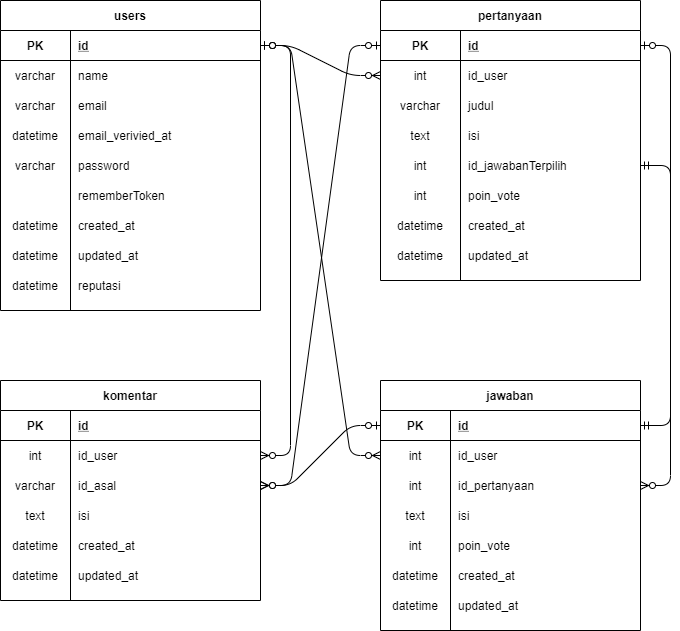
Above: public/img/diagram_erd.png in SatrioAkbar12/final_project-kelompok32 (draw.io), before the change. Source tidied: cells renumbered, new cells last; positions are measured from the earlier drawing's top-left corner, leaving out a move shared by most shapes.
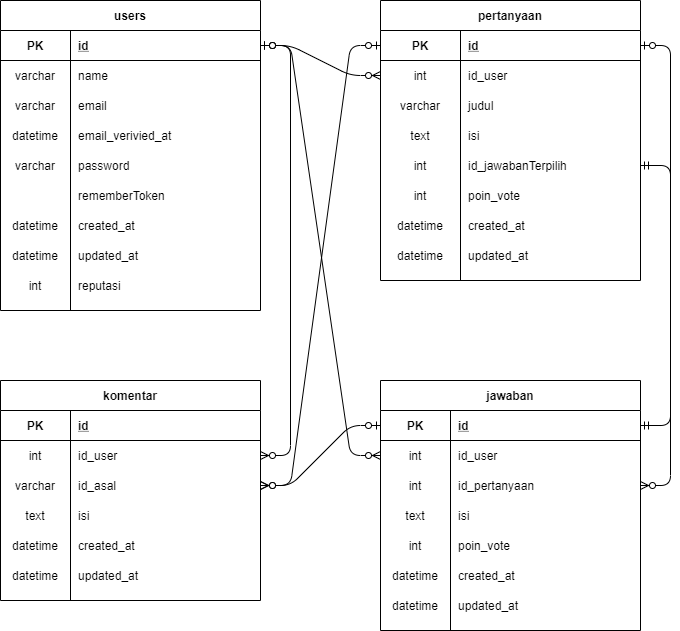
The same diagram one commit later.

Commit message:
diagram erd

Change to the diagram source:
```diff
@@ -164,7 +164,7 @@
     <mxCell id="55" style="shape=partialRectangle;fillColor=none;top=0;left=0;bottom=0;right=0;" parent="30" vertex="1">
       <mxGeometry y="270" width="260" height="30" as="geometry" />
     </mxCell>
-    <mxCell id="56" value="datetime" style="shape=partialRectangle;fillColor=none;top=0;left=0;bottom=0;right=0;overflow=hidden;" parent="55" vertex="1">
+    <mxCell id="56" value="int" style="shape=partialRectangle;fillColor=none;top=0;left=0;bottom=0;right=0;overflow=hidden;" parent="55" vertex="1">
       <mxGeometry width="70" height="30" as="geometry" />
     </mxCell>
     <mxCell id="57" value="reputasi" style="shape=partialRectangle;fillColor=none;top=0;left=0;bottom=0;right=0;align=left;spacingLeft=6;overflow=hidden;" parent="55" vertex="1">
```
